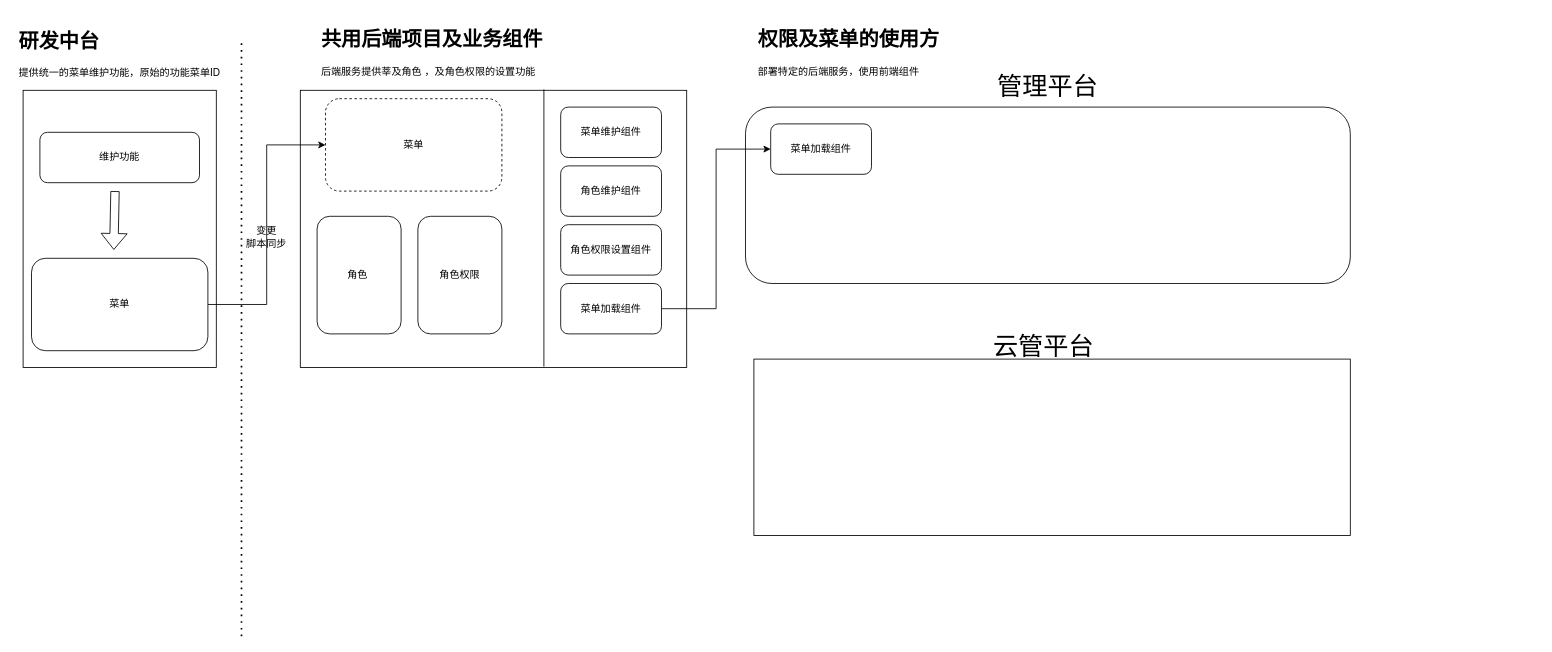
This is Untitled Diagram.drawio from Snuger/draw, a draw.io file, before an edit. Source tidied: cells renumbered, new cells numbered last; positions are measured from the earlier drawing's top-left corner, leaving out a move shared by most shapes. Both pictures are drawn from the tidied source at 84%, with x=0, y=0 at pixel (14, 23).
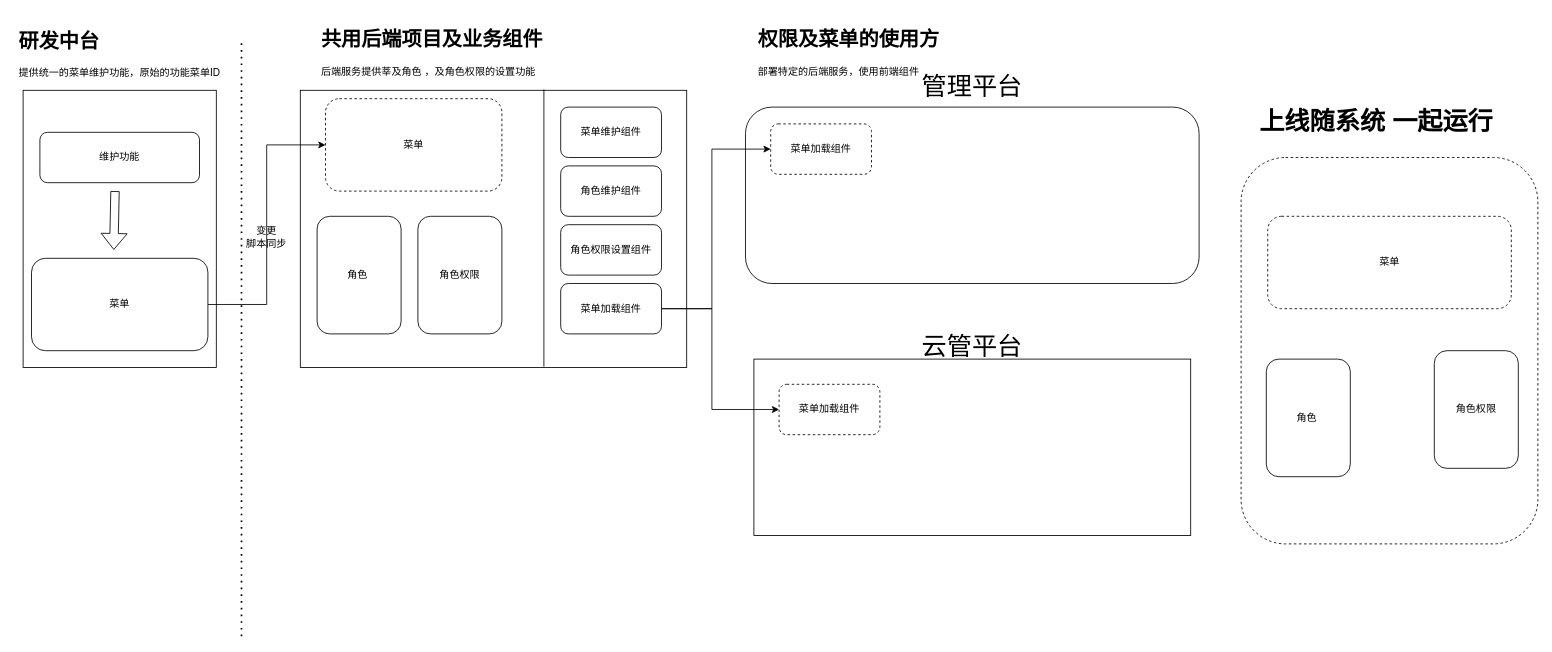
After the change.

The change refers to these unchanged cells:
```xml
<mxCell id="15" value="菜单加载组件" style="rounded=1;whiteSpace=wrap;html=1;" parent="1" vertex="1">
  <mxGeometry x="650" y="310" width="120" height="60" as="geometry" />
</mxCell>
```

Diff of the diagram source:
```diff
@@
+    <mxCell id="23" style="rounded=0;whiteSpace=wrap;html=1;" parent="1" vertex="1">
+      <mxGeometry x="880" y="400" width="520" height="210" as="geometry" />
+    </mxCell>
     <mxCell id="2" style="rounded=1;whiteSpace=wrap;html=1;" parent="1" vertex="1">
-      <mxGeometry x="870" y="100" width="720" height="210" as="geometry" />
+      <mxGeometry x="870" y="100" width="540" height="210" as="geometry" />
     </mxCell>
@@
     <mxCell id="14" style="edgeStyle=orthogonalEdgeStyle;rounded=0;jettySize=auto;html=1;entryX=0;entryY=0.5;entryDx=0;entryDy=0;fontSize=30;" parent="1" edge="1" source="15" target="26">
-      <mxGeometry relative="1" as="geometry" />
+      <mxGeometry relative="1" as="geometry">
+        <Array as="points">
+          <mxPoint x="830" y="340" />
+          <mxPoint x="830" y="150" />
+        </Array>
+      </mxGeometry>
     </mxCell>
+    <mxCell id="27" style="edgeStyle=orthogonalEdgeStyle;rounded=0;jettySize=auto;html=1;entryX=0;entryY=0.5;entryDx=0;entryDy=0;fontSize=30;" parent="1" edge="1" source="15" target="28">
+      <mxGeometry relative="1" as="geometry">
+        <Array as="points">
+          <mxPoint x="830" y="340" />
+          <mxPoint x="830" y="460" />
+        </Array>
+      </mxGeometry>
+    </mxCell>
@@
-    <mxCell id="23" style="rounded=0;whiteSpace=wrap;html=1;" parent="1" vertex="1">
-      <mxGeometry x="880" y="400" width="710" height="210" as="geometry" />
-    </mxCell>
     <mxCell id="24" value="管理平台" style="text;html=1;strokeColor=none;fillColor=none;align=center;verticalAlign=middle;whiteSpace=wrap;rounded=0;fontSize=30;" parent="1" vertex="1">
-      <mxGeometry x="920" y="60" width="620" height="30" as="geometry" />
+      <mxGeometry x="920" y="60" width="440" height="30" as="geometry" />
     </mxCell>
     <mxCell id="25" value="云管平台" style="text;html=1;strokeColor=none;fillColor=none;align=center;verticalAlign=middle;whiteSpace=wrap;rounded=0;fontSize=30;" parent="1" vertex="1">
-      <mxGeometry x="880" y="370" width="690" height="30" as="geometry" />
+      <mxGeometry x="880" y="370" width="520" height="30" as="geometry" />
     </mxCell>
-    <mxCell id="26" value="菜单加载组件" style="rounded=1;whiteSpace=wrap;html=1;" parent="1" vertex="1">
+    <mxCell id="26" value="菜单加载组件" style="rounded=1;whiteSpace=wrap;html=1;dashed=1;" parent="1" vertex="1">
       <mxGeometry x="900" y="120" width="120" height="60" as="geometry" />
     </mxCell>
+    <mxCell id="28" value="菜单加载组件" style="rounded=1;whiteSpace=wrap;html=1;dashed=1;" parent="1" vertex="1">
+      <mxGeometry x="910" y="430" width="120" height="60" as="geometry" />
+    </mxCell>
+    <mxCell id="29" style="rounded=1;whiteSpace=wrap;html=1;dashed=1;fontSize=30;" parent="1" vertex="1">
+      <mxGeometry x="1460" y="160" width="353.3" height="460" as="geometry" />
+    </mxCell>
+    <mxCell id="30" value="菜单" style="rounded=1;whiteSpace=wrap;html=1;dashed=1;" parent="1" vertex="1">
+      <mxGeometry x="1491.7" y="230" width="290" height="110" as="geometry" />
+    </mxCell>
+    <mxCell id="31" value="角色&amp;nbsp;" style="rounded=1;whiteSpace=wrap;html=1;" parent="1" vertex="1">
+      <mxGeometry x="1490" y="400" width="100" height="140" as="geometry" />
+    </mxCell>
+    <mxCell id="32" value="角色权限" style="rounded=1;whiteSpace=wrap;html=1;" parent="1" vertex="1">
+      <mxGeometry x="1690" y="390" width="100" height="140" as="geometry" />
+    </mxCell>
+    <mxCell id="33" value="上线随系统 一起运行" style="text;html=1;strokeColor=none;fillColor=none;spacing=5;spacingTop=-20;whiteSpace=wrap;overflow=hidden;rounded=0;dashed=1;fontSize=30;fontStyle=1;" parent="1" vertex="1">
+      <mxGeometry x="1476.7" y="110" width="320" height="40" as="geometry" />
+    </mxCell>
```
